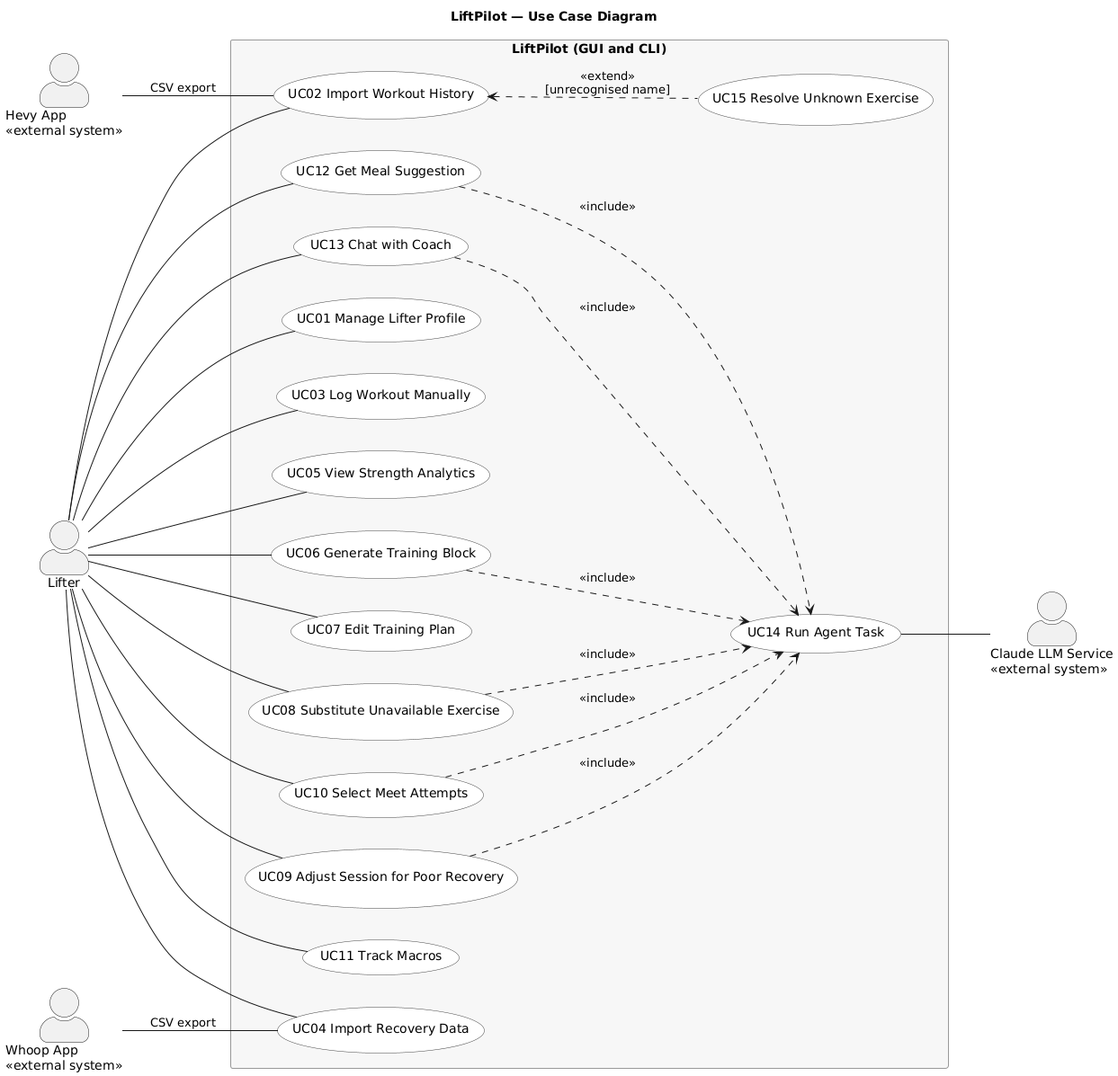
devparikh28/EECS-3311-Project--Spotter keeps this PlantUML diagram as diagrams/usecase/usecase.png. Above is the earlier version.
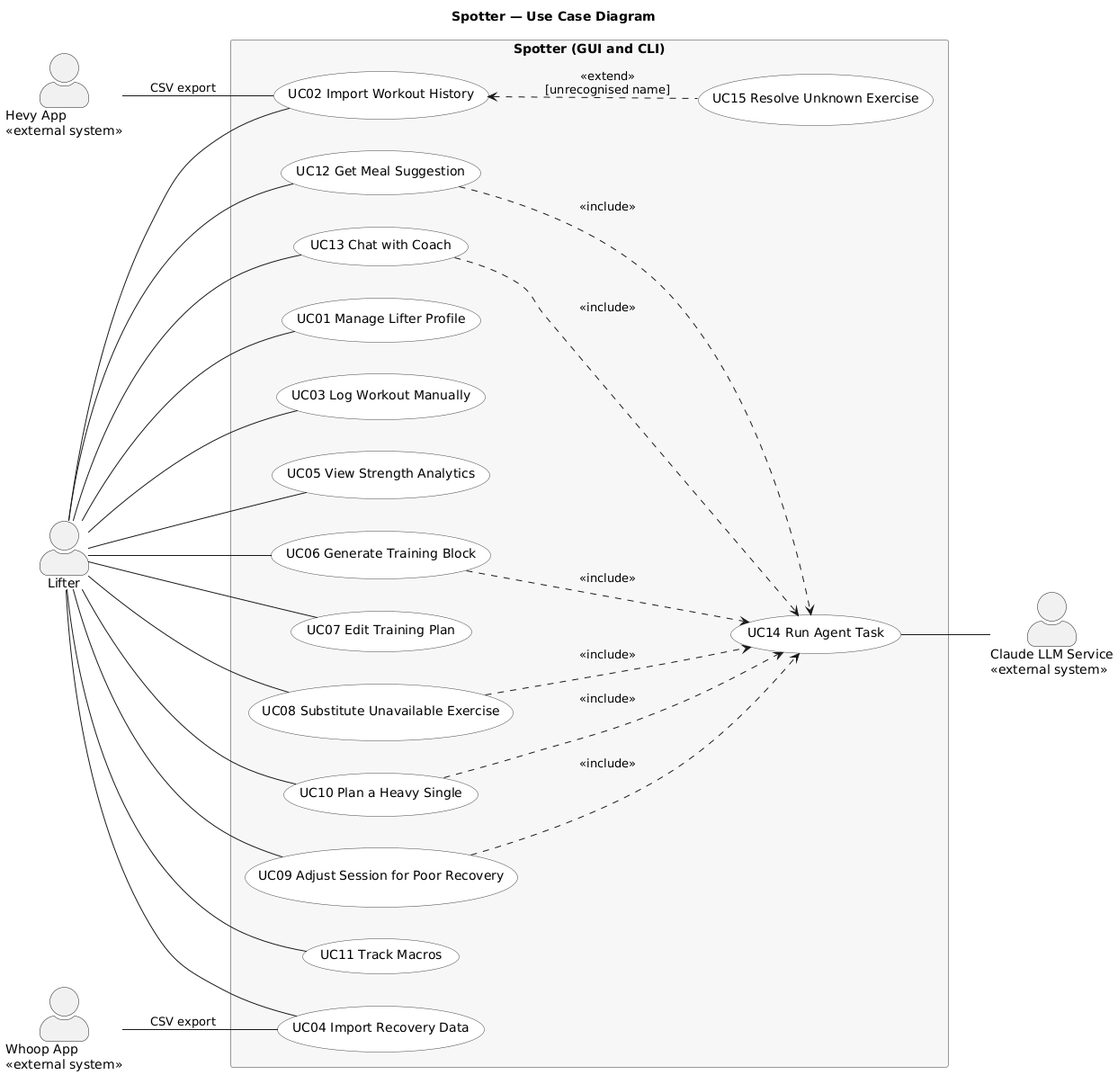
After the commit.

Diff of the diagram source:
```diff
@@ -1,5 +1,5 @@
 @startuml usecase
-title LiftPilot — Use Case Diagram
+title Spotter — Use Case Diagram
 left to right direction
 skinparam shadowing false
 skinparam packageStyle rectangle
@@ -18,7 +18,7 @@
 actor "Whoop App\n<<external system>>" as Whoop
 actor "Claude LLM Service\n<<external system>>" as Claude
 
-rectangle "LiftPilot (GUI and CLI)" {
+rectangle "Spotter (GUI and CLI)" {
   usecase "UC01 Manage Lifter Profile" as UC01
   usecase "UC02 Import Workout History" as UC02
   usecase "UC03 Log Workout Manually" as UC03
@@ -28,7 +28,7 @@
   usecase "UC07 Edit Training Plan" as UC07
   usecase "UC08 Substitute Unavailable Exercise" as UC08
   usecase "UC09 Adjust Session for Poor Recovery" as UC09
-  usecase "UC10 Select Meet Attempts" as UC10
+  usecase "UC10 Plan a Heavy Single" as UC10
   usecase "UC11 Track Macros" as UC11
   usecase "UC12 Get Meal Suggestion" as UC12
   usecase "UC13 Chat with Coach" as UC13
```
